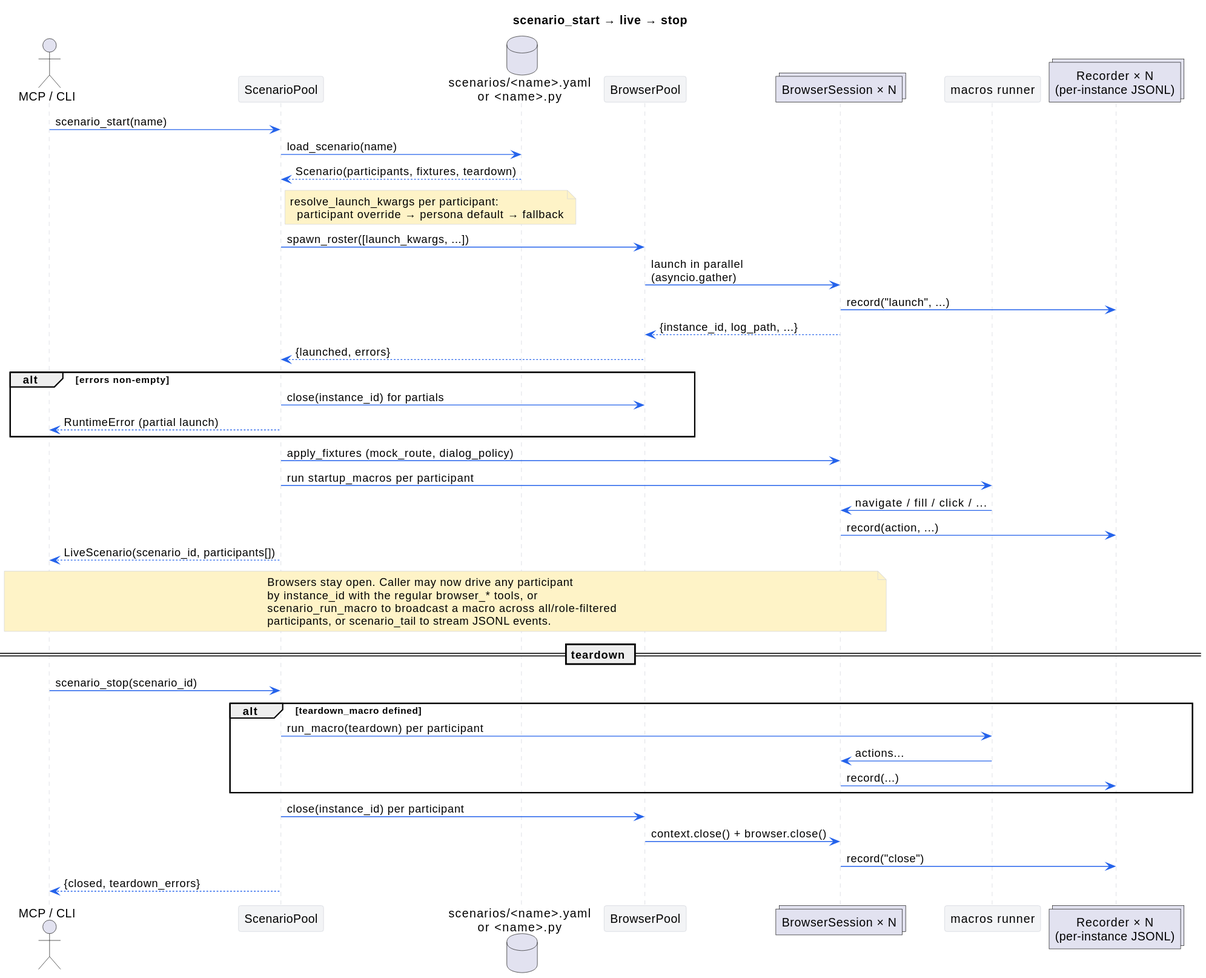
This is docs/architecture/scenario-lifecycle.svg from livingstaccato/octowright, a PlantUML export, as it was before one commit. Its source is kept beside it as docs/architecture/scenario-lifecycle.puml.
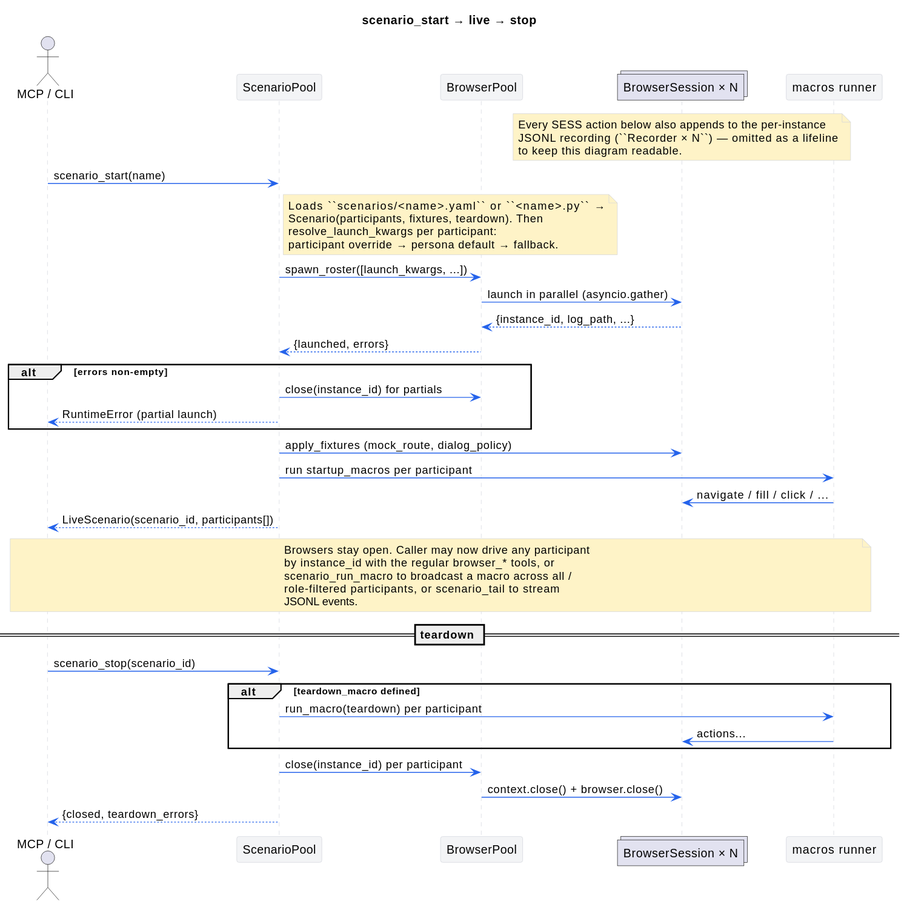
Above is the later version.

Commit message:
docs(diagrams): trim scenario-lifecycle from 7 lifelines to 5 for default-width legibility

Diff of the diagram source:
```diff
@@ -9,26 +9,30 @@
 skinparam noteBackgroundColor #fef3c7
 skinparam noteBorderColor #d1d5db
 
+
 actor "MCP / CLI" as USER
 participant "ScenarioPool" as SPOOL
-database "scenarios/<name>.yaml\nor <name>.py" as SPEC
 participant "BrowserPool" as POOL
 collections "BrowserSession × N" as SESS
 participant "macros runner" as MACROS
-collections "Recorder × N\n(per-instance JSONL)" as REC
+
+note over SESS
+  Every SESS action below also appends to the per-instance
+  JSONL recording (``Recorder × N``) — omitted as a lifeline
+  to keep this diagram readable.
+end note
 
 USER -> SPOOL : scenario_start(name)
-SPOOL -> SPEC : load_scenario(name)
-SPEC --> SPOOL : Scenario(participants, fixtures, teardown)
 
 note right of SPOOL
+  Loads ``scenarios/<name>.yaml`` or ``<name>.py`` →
+  Scenario(participants, fixtures, teardown). Then
   resolve_launch_kwargs per participant:
-    participant override → persona default → fallback
+  participant override → persona default → fallback.
 end note
 
 SPOOL -> POOL : spawn_roster([launch_kwargs, ...])
-POOL -> SESS : launch in parallel\n(asyncio.gather)
-SESS -> REC : record("launch", ...)
+POOL -> SESS : launch in parallel (asyncio.gather)
 SESS --> POOL : {instance_id, log_path, ...}
 POOL --> SPOOL : {launched, errors}
 
@@ -40,15 +44,15 @@
 SPOOL -> SESS : apply_fixtures (mock_route, dialog_policy)
 SPOOL -> MACROS : run startup_macros per participant
 MACROS -> SESS : navigate / fill / click / ...
-SESS -> REC : record(action, ...)
 
 SPOOL --> USER : LiveScenario(scenario_id, participants[])
 
-note over USER, SESS
+note over USER, MACROS
   Browsers stay open. Caller may now drive any participant
   by instance_id with the regular browser_* tools, or
-  scenario_run_macro to broadcast a macro across all/role-filtered
-  participants, or scenario_tail to stream JSONL events.
+  scenario_run_macro to broadcast a macro across all /
+  role-filtered participants, or scenario_tail to stream
+  JSONL events.
 end note
 
 == teardown ==
@@ -57,11 +61,9 @@
 alt teardown_macro defined
   SPOOL -> MACROS : run_macro(teardown) per participant
   MACROS -> SESS : actions...
-  SESS -> REC : record(...)
 end
 SPOOL -> POOL : close(instance_id) per participant
 POOL -> SESS : context.close() + browser.close()
-SESS -> REC : record("close")
 SPOOL --> USER : {closed, teardown_errors}
 
 @enduml
```
